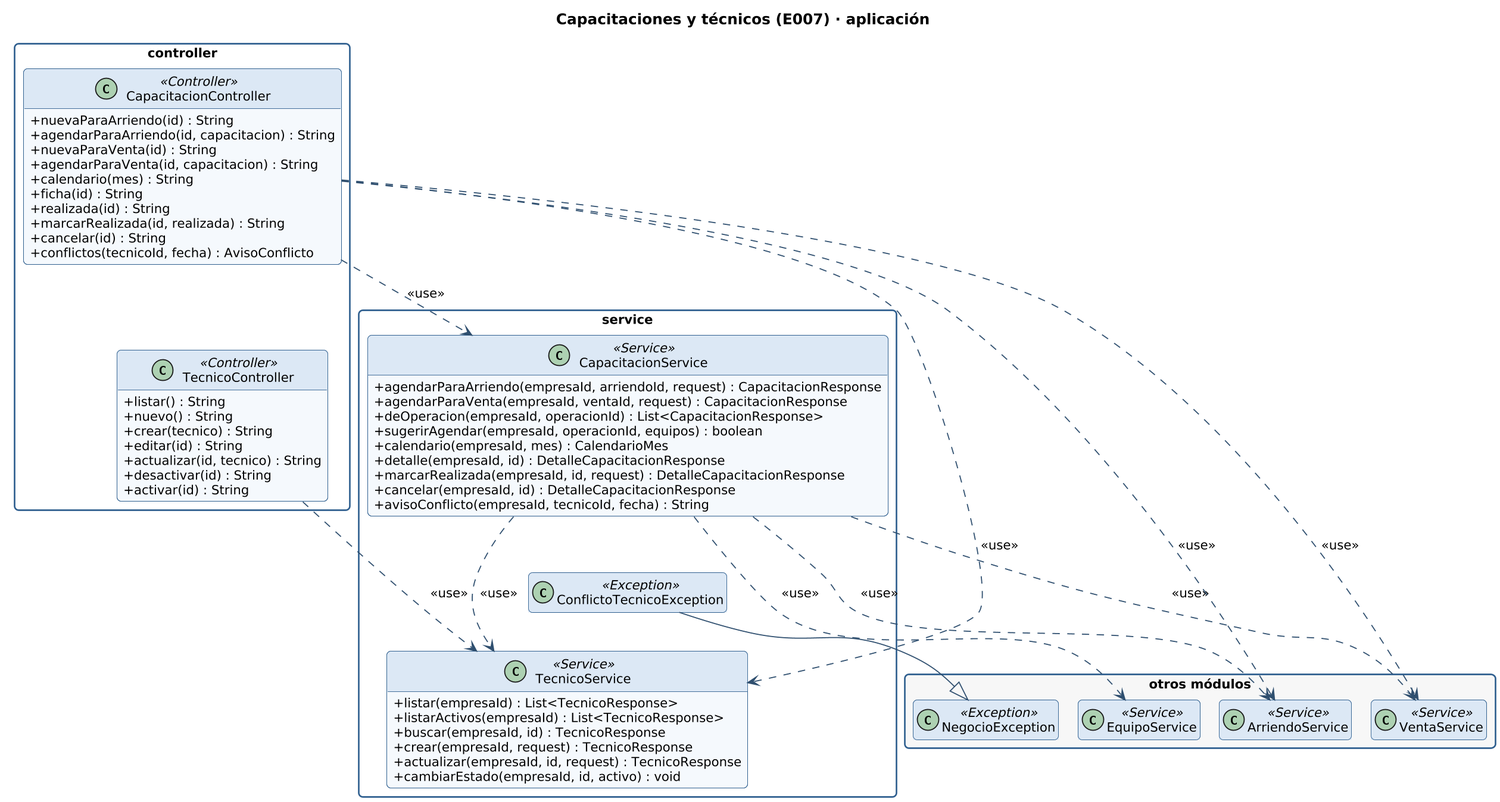
Earlier version of the PlantUML export docs/diagramas/clases-capacitaciones-aplicacion.png (gonzaloarenasduoc/Mira). The source it was exported from:
```plantuml
@startuml clases-capacitaciones-aplicacion
!include _estilo.iuml
hide empty members
skinparam classAttributeIconSize 0
skinparam packageStyle rectangle
skinparam nodesep 25
skinparam ranksep 45
title Capacitaciones y técnicos (E007) · aplicación

package "controller" {
  class CapacitacionController <<Controller>> {
    + nuevaParaArriendo(id) : String
    + agendarParaArriendo(id, capacitacion) : String
    + nuevaParaVenta(id) : String
    + agendarParaVenta(id, capacitacion) : String
    + calendario(mes) : String
    + ficha(id) : String
    + realizada(id) : String
    + marcarRealizada(id, realizada) : String
    + cancelar(id) : String
    + conflictos(tecnicoId, fecha) : AvisoConflicto
  }
  class TecnicoController <<Controller>> {
    + listar() : String
    + nuevo() : String
    + crear(tecnico) : String
    + editar(id) : String
    + actualizar(id, tecnico) : String
    + desactivar(id) : String
    + activar(id) : String
  }
}
CapacitacionController -[hidden]down- TecnicoController
package "service" {
  class CapacitacionService <<Service>> {
    + agendarParaArriendo(empresaId, arriendoId, request) : CapacitacionResponse
    + agendarParaVenta(empresaId, ventaId, request) : CapacitacionResponse
    + deOperacion(empresaId, operacionId) : List<CapacitacionResponse>
    + sugerirAgendar(empresaId, operacionId, equipos) : boolean
    + calendario(empresaId, mes) : CalendarioMes
    + detalle(empresaId, id) : DetalleCapacitacionResponse
    + marcarRealizada(empresaId, id, request) : DetalleCapacitacionResponse
    + cancelar(empresaId, id) : DetalleCapacitacionResponse
    + avisoConflicto(empresaId, tecnicoId, fecha) : String
  }
  class ConflictoTecnicoException <<Exception>> {
  }
  class TecnicoService <<Service>> {
    + listar(empresaId) : List<TecnicoResponse>
    + listarActivos(empresaId) : List<TecnicoResponse>
    + buscar(empresaId, id) : TecnicoResponse
    + crear(empresaId, request) : TecnicoResponse
    + actualizar(empresaId, id, request) : TecnicoResponse
    + cambiarEstado(empresaId, id, activo) : void
  }
}
CapacitacionService -[hidden]down- ConflictoTecnicoException
ConflictoTecnicoException -[hidden]down- TecnicoService
package "otros módulos" #F7F7F7 {
  class ArriendoService <<Service>>
  class EquipoService <<Service>>
  class NegocioException <<Exception>>
  class VentaService <<Service>>
}
ConflictoTecnicoException --|> NegocioException
CapacitacionService ..> TecnicoService : <<use>>
CapacitacionService ..> ArriendoService : <<use>>
CapacitacionService ..> VentaService : <<use>>
CapacitacionService ..> EquipoService : <<use>>
TecnicoController ..> TecnicoService : <<use>>
CapacitacionController ..> CapacitacionService : <<use>>
CapacitacionController ..> TecnicoService : <<use>>
CapacitacionController ..> ArriendoService : <<use>>
CapacitacionController ..> VentaService : <<use>>
@enduml
```
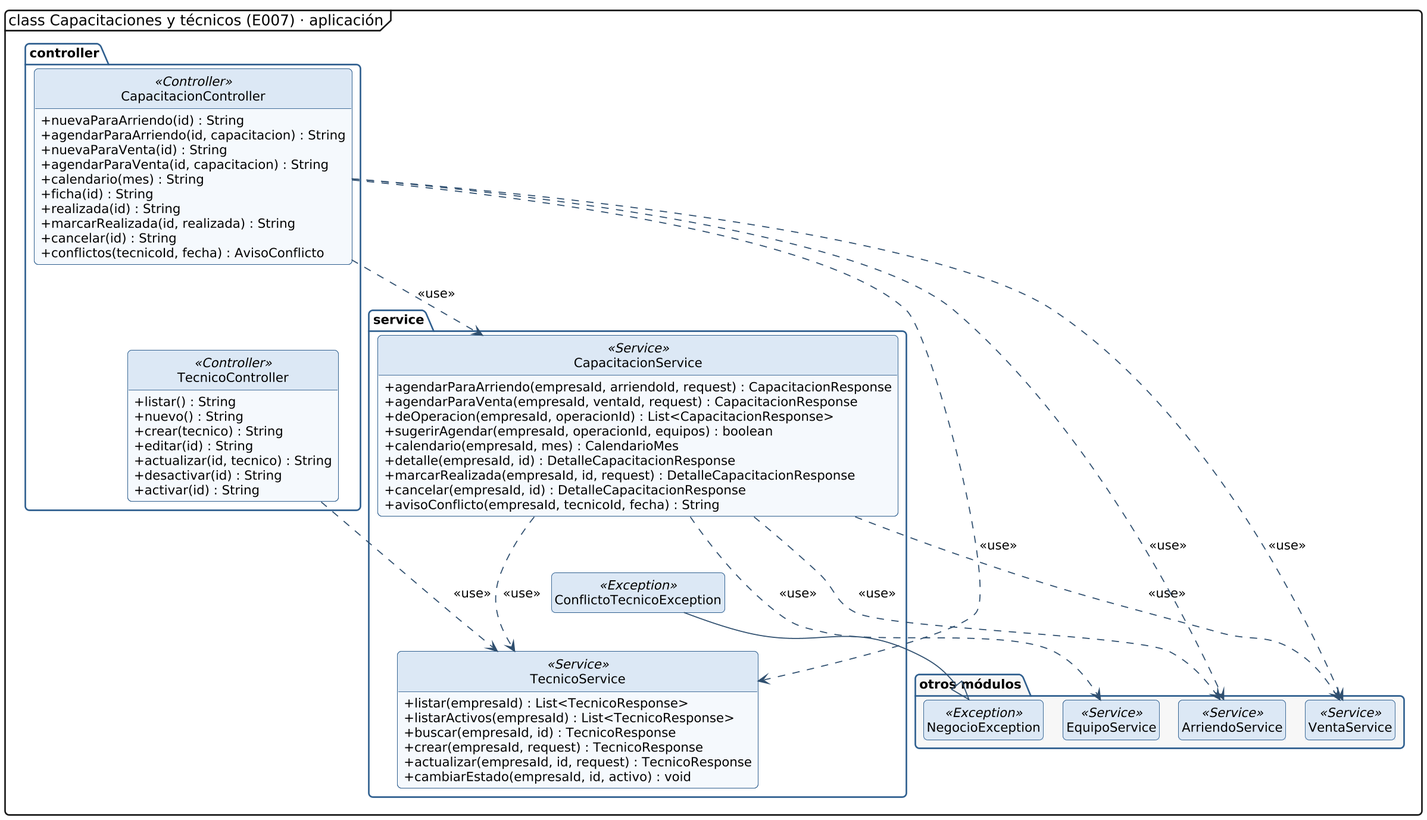
Above is the later version.

Change to the diagram source:
```diff
@@ -1,11 +1,12 @@
 @startuml clases-capacitaciones-aplicacion
 !include _estilo.iuml
 hide empty members
+hide circle
 skinparam classAttributeIconSize 0
-skinparam packageStyle rectangle
+skinparam packageStyle folder
 skinparam nodesep 25
 skinparam ranksep 45
-title Capacitaciones y técnicos (E007) · aplicación
+mainframe class Capacitaciones y técnicos (E007) · aplicación
 
 package "controller" {
   class CapacitacionController <<Controller>> {
```
